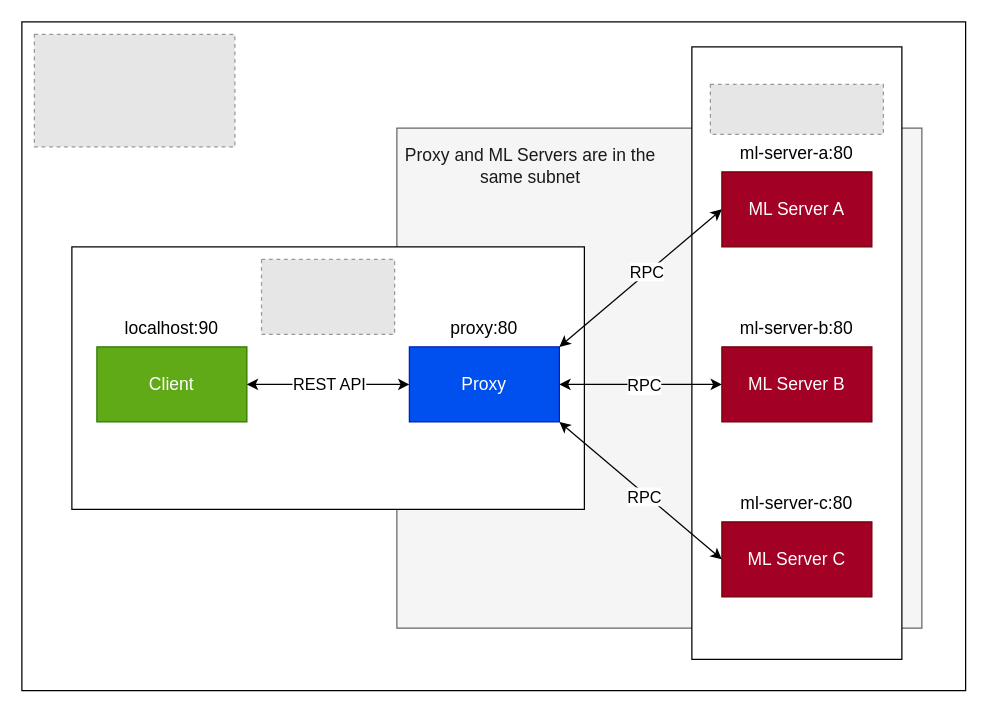
Samirnunes/csc27_ML_distributed keeps this draw.io diagram as docs/schema.drawio. Above is the earlier version. Source tidied: cells renumbered, new cells numbered last; positions are measured from the earlier drawing's top-left corner, leaving out a move shared by most shapes. Both pictures are drawn from the tidied source at 125%, with x=0, y=0 at pixel (21, 21). Pictures stored in the file or linked from it are replaced by grey dashed boxes.
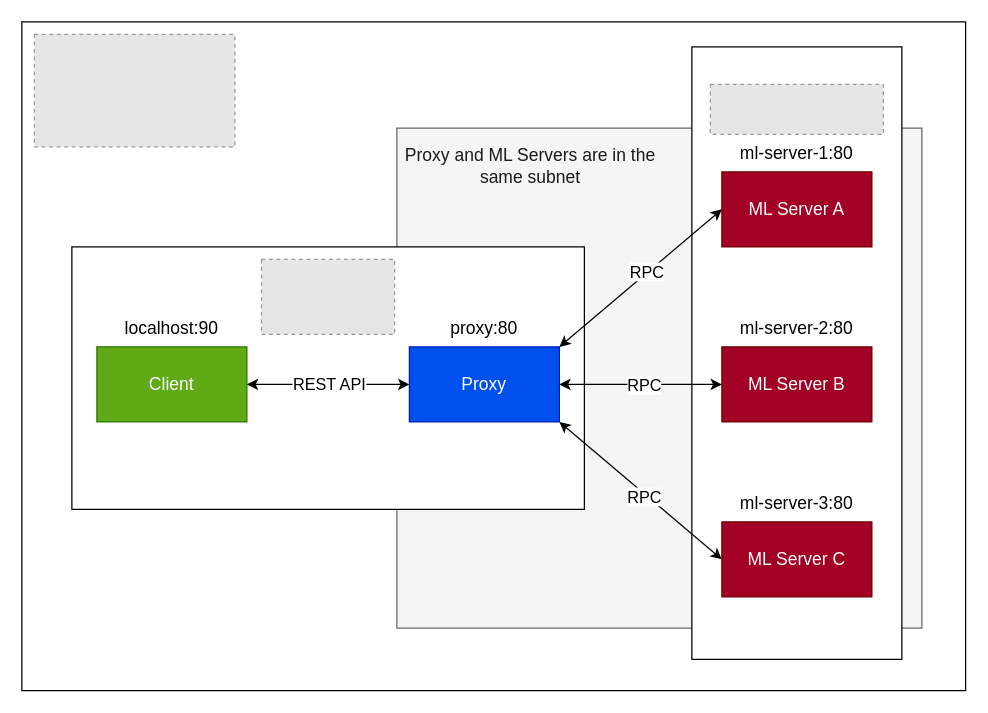
The same page after the edit.

What changed in the source:
```diff
@@
-    <mxCell id="22" value="&lt;font style=&quot;font-size: 14px;&quot;&gt;ml-server-a:80&lt;/font&gt;" style="text;html=1;align=center;verticalAlign=middle;whiteSpace=wrap;rounded=0;" parent="1" vertex="1">
+    <mxCell id="22" value="&lt;font style=&quot;font-size: 14px;&quot;&gt;ml-server-1:80&lt;/font&gt;" style="text;html=1;align=center;verticalAlign=middle;whiteSpace=wrap;rounded=0;" parent="1" vertex="1">
       <mxGeometry x="560" y="90" width="120" height="30" as="geometry" />
     </mxCell>
-    <mxCell id="23" value="&lt;font style=&quot;font-size: 14px;&quot;&gt;ml-server-b:80&lt;/font&gt;" style="text;html=1;align=center;verticalAlign=middle;whiteSpace=wrap;rounded=0;" parent="1" vertex="1">
+    <mxCell id="23" value="&lt;font style=&quot;font-size: 14px;&quot;&gt;ml-server-2:80&lt;/font&gt;" style="text;html=1;align=center;verticalAlign=middle;whiteSpace=wrap;rounded=0;" parent="1" vertex="1">
       <mxGeometry x="560" y="230" width="120" height="30" as="geometry" />
     </mxCell>
-    <mxCell id="24" value="&lt;font style=&quot;font-size: 14px;&quot;&gt;ml-server-c:80&lt;/font&gt;" style="text;html=1;align=center;verticalAlign=middle;whiteSpace=wrap;rounded=0;" parent="1" vertex="1">
+    <mxCell id="24" value="&lt;font style=&quot;font-size: 14px;&quot;&gt;ml-server-3:80&lt;/font&gt;" style="text;html=1;align=center;verticalAlign=middle;whiteSpace=wrap;rounded=0;" parent="1" vertex="1">
       <mxGeometry x="560" y="370" width="120" height="30" as="geometry" />
     </mxCell>
```
